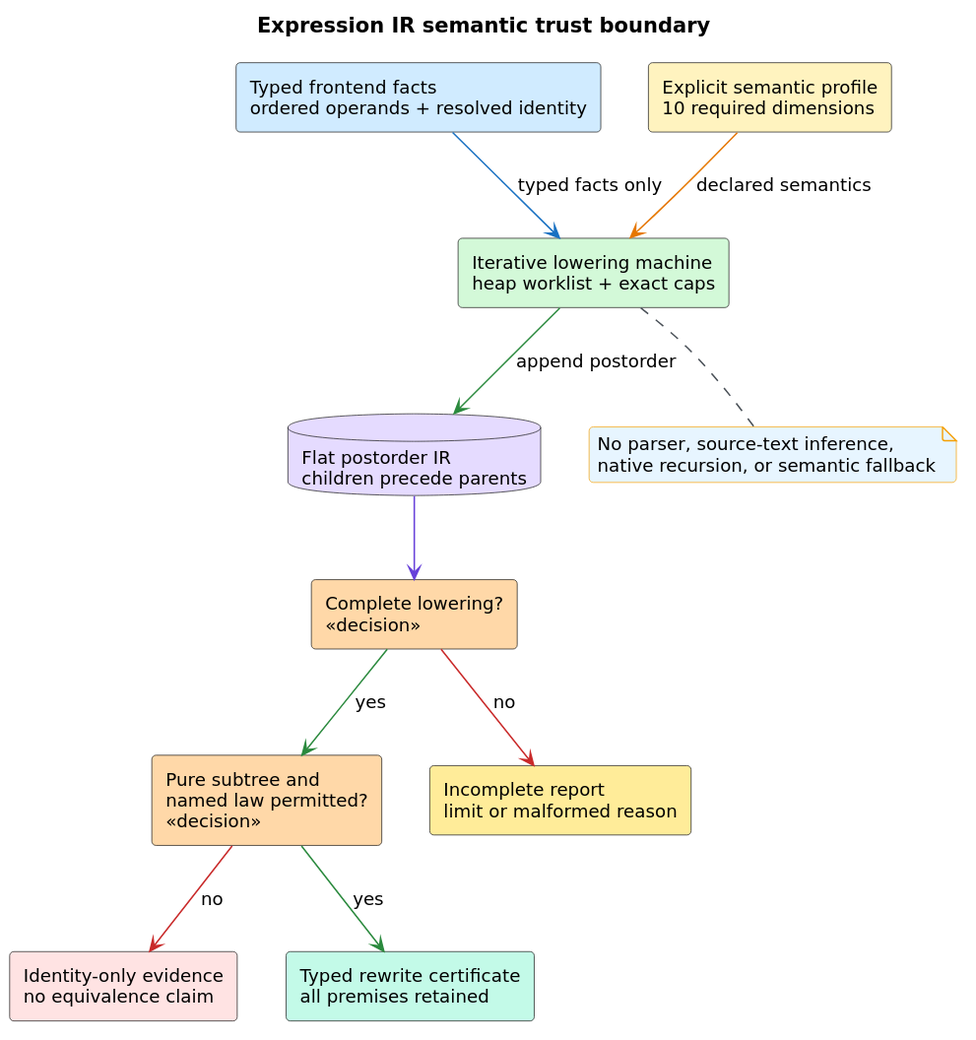
Before: docs/diagrams/expression-ir-trust-boundary.svg, a diagram exported from PlantUML (vinary-tree/libcpg). Its source is kept beside it as docs/diagrams/expression-ir-trust-boundary.puml. Source of this version:
```plantuml
@startuml
!include _libcpg-theme.iuml
title Expression IR semantic trust boundary

rectangle "Typed frontend facts\nordered operands + resolved identity" as Facts #D0EBFF
rectangle "Explicit semantic profile\n10 required dimensions" as Profile #FFF3BF
rectangle "Iterative lowering machine\nheap worklist + exact caps" as Lowerer #D3F9D8
database "Flat postorder IR\nchildren precede parents" as Arena #E5DBFF
rectangle "Complete lowering?\n<<decision>>" as CompletionGate #FFD8A8
rectangle "Pure subtree and\nnamed law permitted?\n<<decision>>" as EligibilityGate #FFD8A8
rectangle "Identity-only evidence\nno equivalence claim" as Identity #FFE3E3
rectangle "Typed rewrite certificate\nall premises retained" as Certificate #C3FAE8
rectangle "Incomplete report\nlimit or malformed reason" as Incomplete #FFEC99

Facts -[#1971C2]-> Lowerer : typed facts only
Profile -[#E67700]-> Lowerer : declared semantics
Lowerer -[#2B8A3E]-> Arena : append postorder
Arena -[#6741D9]-> CompletionGate
CompletionGate -[#2B8A3E]-> EligibilityGate : yes
CompletionGate -[#C92A2A]-> Incomplete : no
EligibilityGate -[#2B8A3E]-> Certificate : yes
EligibilityGate -[#C92A2A]-> Identity : no

note bottom of Lowerer #E7F5FF
No parser, source-text inference,
native recursion, or semantic fallback
end note
@enduml
```
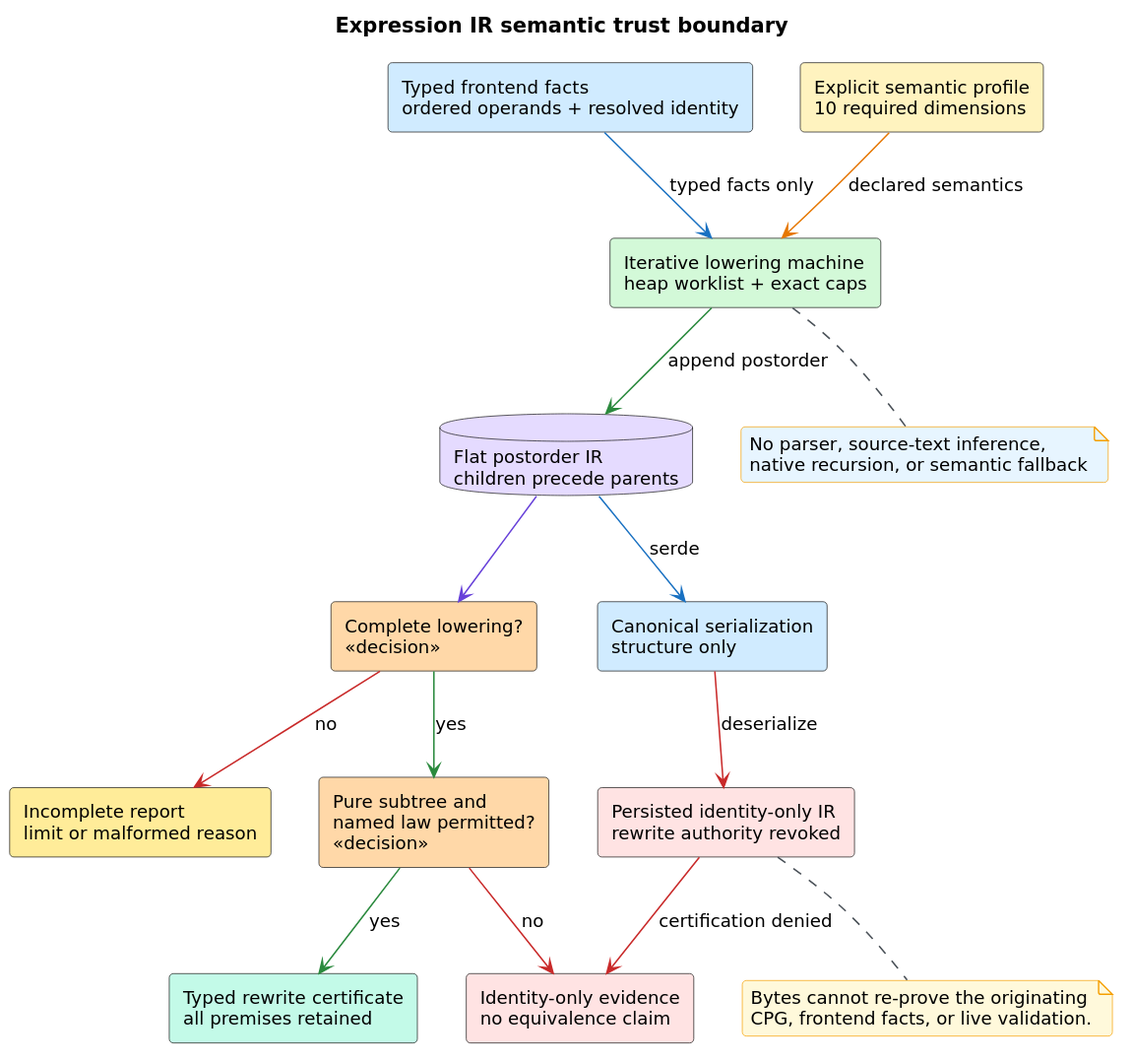
The same diagram one commit later.

The edit, as a diff of the source:
```diff
@@ -11,6 +11,8 @@
 rectangle "Identity-only evidence\nno equivalence claim" as Identity #FFE3E3
 rectangle "Typed rewrite certificate\nall premises retained" as Certificate #C3FAE8
 rectangle "Incomplete report\nlimit or malformed reason" as Incomplete #FFEC99
+rectangle "Canonical serialization\nstructure only" as Serialization #D0EBFF
+rectangle "Persisted identity-only IR\nrewrite authority revoked" as Persisted #FFE3E3
 
 Facts -[#1971C2]-> Lowerer : typed facts only
 Profile -[#E67700]-> Lowerer : declared semantics
@@ -20,9 +22,17 @@
 CompletionGate -[#C92A2A]-> Incomplete : no
 EligibilityGate -[#2B8A3E]-> Certificate : yes
 EligibilityGate -[#C92A2A]-> Identity : no
+Arena -[#1971C2]-> Serialization : serde
+Serialization -[#C92A2A]-> Persisted : deserialize
+Persisted -[#C92A2A]-> Identity : certification denied
 
 note bottom of Lowerer #E7F5FF
 No parser, source-text inference,
 native recursion, or semantic fallback
 end note
+
+note bottom of Persisted #FFF9DB
+Bytes cannot re-prove the originating
+CPG, frontend facts, or live validation.
+end note
 @enduml
```
